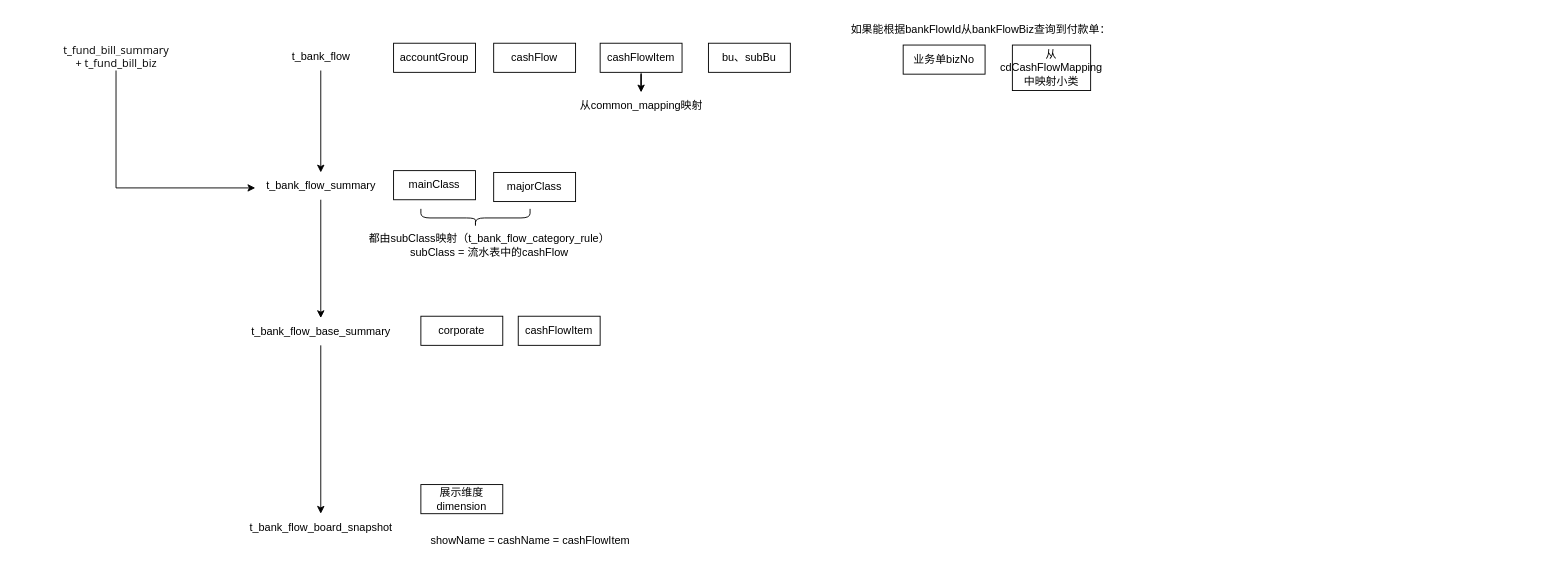
The draw.io diagram page "第 1 页" (1 of 3) of 流程图/work_bankFlow.drawio in 491705331/personal-notes, before the edit. Source tidied: cells renumbered, new cells numbered last; positions are measured from the earlier drawing's top-left corner, leaving out a move shared by most shapes. Both pictures are drawn from the tidied source at 91%, with x=0, y=0 at pixel (15, 15).
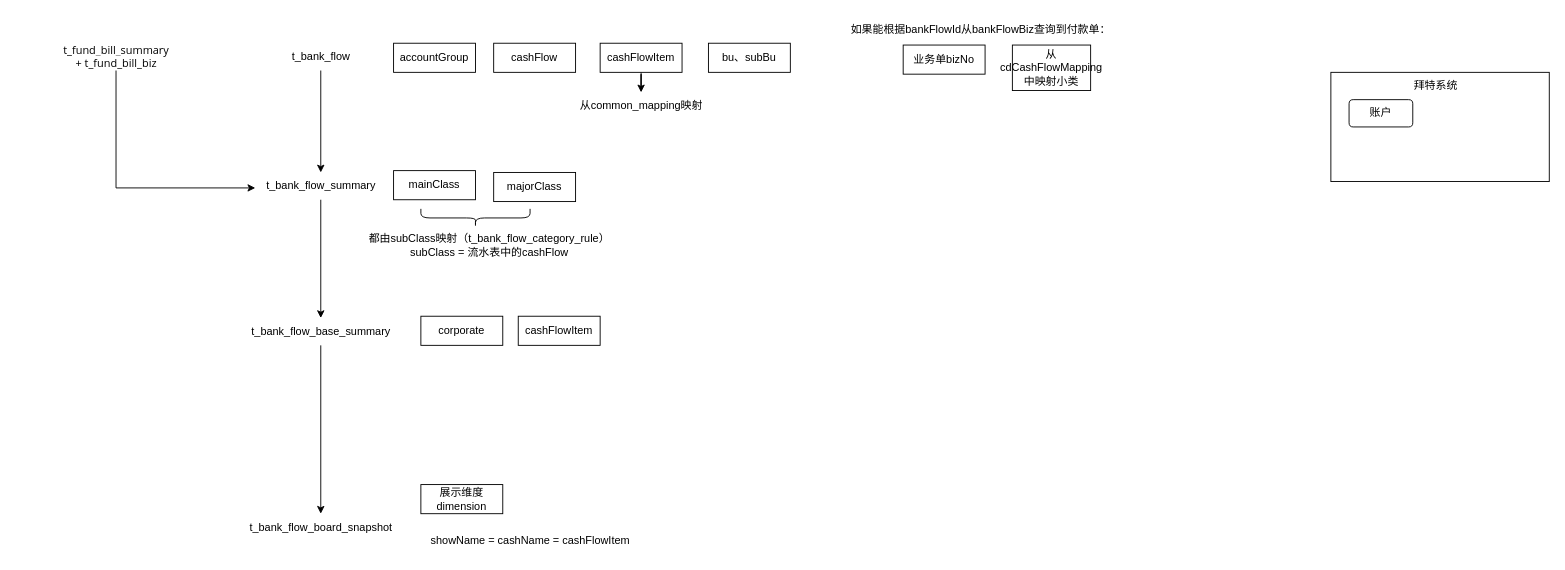
The same page after the edit.

Diff of the diagram source:
```diff
@@
+    <mxCell id="28" style="rounded=0;whiteSpace=wrap;html=1;" parent="1" vertex="1">
+      <mxGeometry x="1445" y="62" width="240" height="120" as="geometry" />
+    </mxCell>
+    <mxCell id="29" value="账户" style="rounded=1;whiteSpace=wrap;html=1;" parent="1" vertex="1">
+      <mxGeometry x="1465" y="92" width="70" height="30" as="geometry" />
+    </mxCell>
+    <mxCell id="30" value="拜特系统" style="text;html=1;align=center;verticalAlign=middle;strokeColor=none;fillColor=none;" parent="1" vertex="1">
+      <mxGeometry x="1525" y="62" width="70" height="30" as="geometry" />
+    </mxCell>
```
